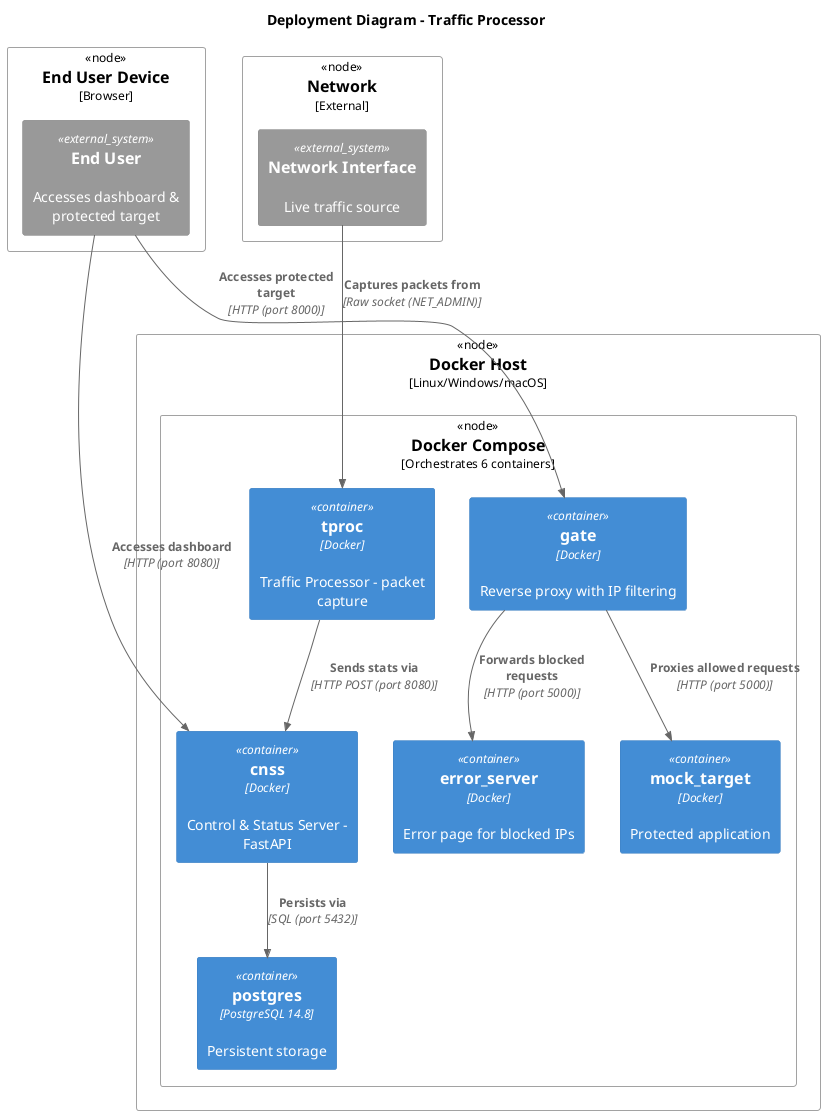
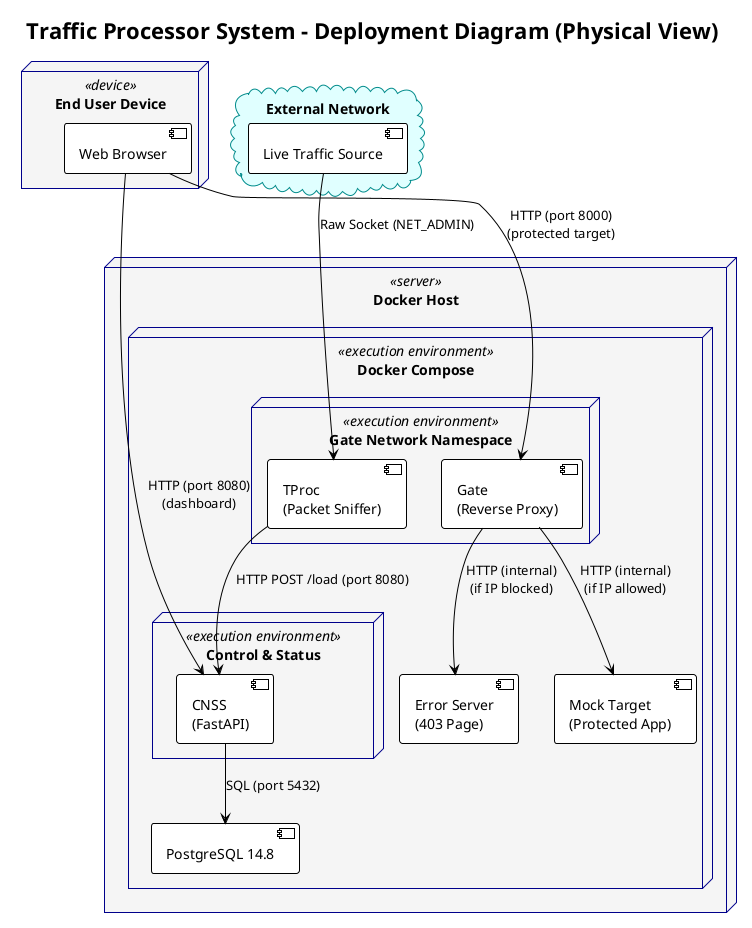
- @startuml
- !include <C4/C4_Deployment>
+ @startuml Deployment Diagram
+ !theme plain

- title Deployment Diagram – Traffic Processor
- 
- Deployment_Node(docker_host, "Docker Host", "Linux/Windows/macOS") {
-     Deployment_Node(compose, "Docker Compose", "Orchestrates 6 containers") {
-         Container(tproc, "tproc", "Docker", "Traffic Processor – packet capture")
-         Container(gate, "gate", "Docker", "Reverse proxy with IP filtering")
-         Container(mock_target, "mock_target", "Docker", "Protected application")
-         Container(error_server, "error_server", "Docker", "Error page for blocked IPs")
-         Container(cnss, "cnss", "Docker", "Control & Status Server – FastAPI")
-         Container(db, "postgres", "PostgreSQL 14.8", "Persistent storage")
-     }
+ skinparam node {
+   BackgroundColor WhiteSmoke
+   BorderColor DarkBlue
+   ArrowColor #444444
}

- Deployment_Node(network, "Network", "External") {
-     System_Ext(net_iface, "Network Interface", "Live traffic source")
+ skinparam component {
+   BackgroundColor White
+   BorderColor Black
}

- Deployment_Node(user_node, "End User Device", "Browser") {
-     System_Ext(end_user, "End User", "Accesses dashboard & protected target")
+ skinparam cloud {
+   BackgroundColor LightCyan
+   BorderColor DarkCyan
}

- ' Network connections
- Rel(net_iface, tproc, "Captures packets from", "Raw socket (NET_ADMIN)")
- Rel(tproc, cnss, "Sends stats via", "HTTP POST (port 8080)")
- Rel(cnss, db, "Persists via", "SQL (port 5432)")
+ skinparam database {
+   BackgroundColor White
+   BorderColor Black
+ }

- ' User-facing connections
- Rel(end_user, gate, "Accesses protected target", "HTTP (port 8000)")
- Rel(end_user, cnss, "Accesses dashboard", "HTTP (port 8080)")
+ title Traffic Processor System – Deployment Diagram (Physical View)

- ' Internal connections
- Rel(gate, mock_target, "Proxies allowed requests", "HTTP (port 5000)")
- Rel(gate, error_server, "Forwards blocked requests", "HTTP (port 5000)")
+ ' --- Client Tier ---
+ node "End User Device" <<device>> as UserDevice {
+   component [Web Browser] as browser
+ }
+ 
+ ' --- External Network ---
+ cloud "External Network" {
+   component [Live Traffic Source] as network
+ }
+ 
+ ' --- Docker Host (Local / Cloud VM) ---
+ node "Docker Host" <<server>> as DockerHost {
+ 
+   node "Docker Compose" <<execution environment>> as Compose {
+ 
+     ' Shared network namespace (TProc shares Gate's network)
+     node "Gate Network Namespace" <<execution environment>> as GateNet {
+       component [Gate\n(Reverse Proxy)] as gate
+       component [TProc\n(Packet Sniffer)] as tproc
+     }
+ 
+     component [Mock Target\n(Protected App)] as mock_target
+     component [Error Server\n(403 Page)] as error_server
+ 
+     node "Control & Status" <<execution environment>> {
+       component [CNSS\n(FastAPI)] as cnss
+     }
+ 
+     database [PostgreSQL 14.8] as postgres
+   }
+ }
+ 
+ ' --- Relationships (External → Internal) ---
+ network --> tproc : Raw Socket (NET_ADMIN)
+ tproc --> cnss : HTTP POST /load (port 8080)
+ 
+ ' --- Client Access ---
+ browser --> gate : HTTP (port 8000)\n(protected target)
+ browser --> cnss : HTTP (port 8080)\n(dashboard)
+ 
+ ' --- Internal Routing (Gate) ---
+ gate --> mock_target : HTTP (internal)\n(if IP allowed)
+ gate --> error_server : HTTP (internal)\n(if IP blocked)
+ 
+ ' --- Persistence ---
+ cnss --> postgres : SQL (port 5432)

@enduml
